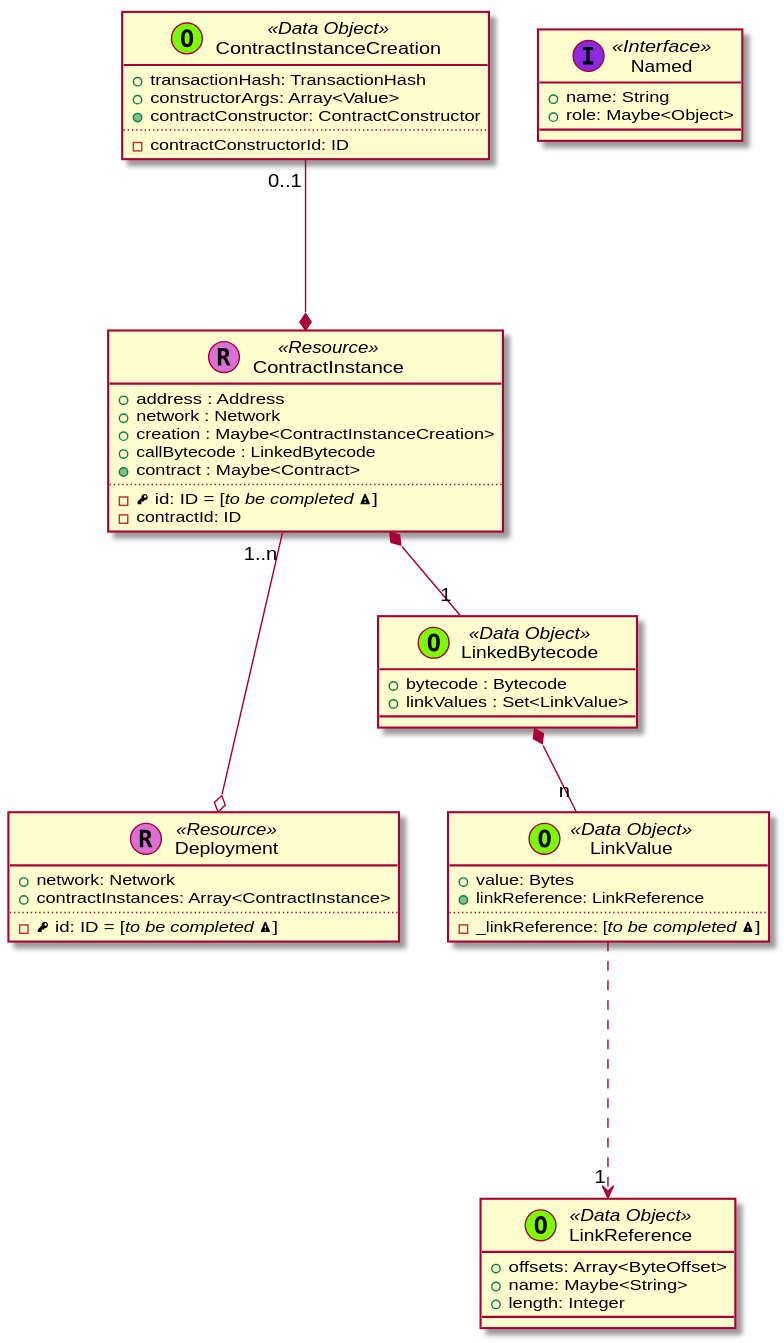
trufflesuite/artifact-updates keeps this PlantUML diagram as contrib/trufflesuite/feat/data-model/deployment/_images/plantuml-cdc9fcb95578c2db44cf671b0730c4bc09d40e49.svg. Above is the earlier version.
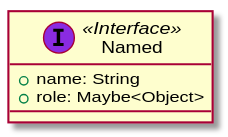
After the change.

Diff of the diagram source:
```diff
@@ -1,33 +1,5 @@
 @startuml
 skinparam defaultMonospacedFontName Andale Mono
-
-
-
-
-
-
-  class Deployment << (R,orchid) Resource >> {
-    + network: Network
-    + contractInstances: Array<ContractInstance>
-    ..
-    - {field} <&key> id: ID = [//to be completed <&warning>//]
-  }
-
-  ContractInstance "1..n" ---o Deployment
-
-
-  class ContractInstance << (R,orchid) Resource >> {
-    + address : Address
-    + network : Network
-    + creation : Maybe<ContractInstanceCreation>
-    + callBytecode : LinkedBytecode
-    + {method} contract : Maybe<Contract>
-    ..
-    - {field} <&key> id: ID = [//to be completed <&warning>//]
-    - contractId: ID
-  }
-
-  ContractInstanceCreation "0..1" ---* ContractInstance
 
 
 
@@ -43,32 +15,6 @@
 
 
 
-    class LinkedBytecode << (O,lawngreen) Data Object >> {
-      + bytecode : Bytecode
-      + linkValues : Set<LinkValue>
-    }
-
-
-    class ContractInstanceCreation << (O,lawngreen) Data Object >> {
-      + transactionHash: TransactionHash
-      + constructorArgs: Array<Value>
-      + {method} contractConstructor: ContractConstructor
-      ..
-      - contractConstructorId: ID
-    }
-
-    class LinkValue << (O,lawngreen) Data Object >> {
-      + value: Bytes
-      + {method} linkReference: LinkReference
-      ..
-      - _linkReference: [//to be completed <&warning>//]
-    }
-
-    class LinkReference << (O,lawngreen) Data Object >> {
-      + offsets: Array<ByteOffset>
-      + name: Maybe<String>
-      + length: Integer
-    }
 
 
 
@@ -82,16 +28,22 @@
 
 
 
-  LinkedBytecode *-- "n" LinkValue
-
-
-  LinkValue ....> "1" LinkReference
 
 
 
 
 
-  ContractInstance *-- "1" LinkedBytecode
+
+
+
+
+
+
+
+
+
+
+
 
 
 
```
